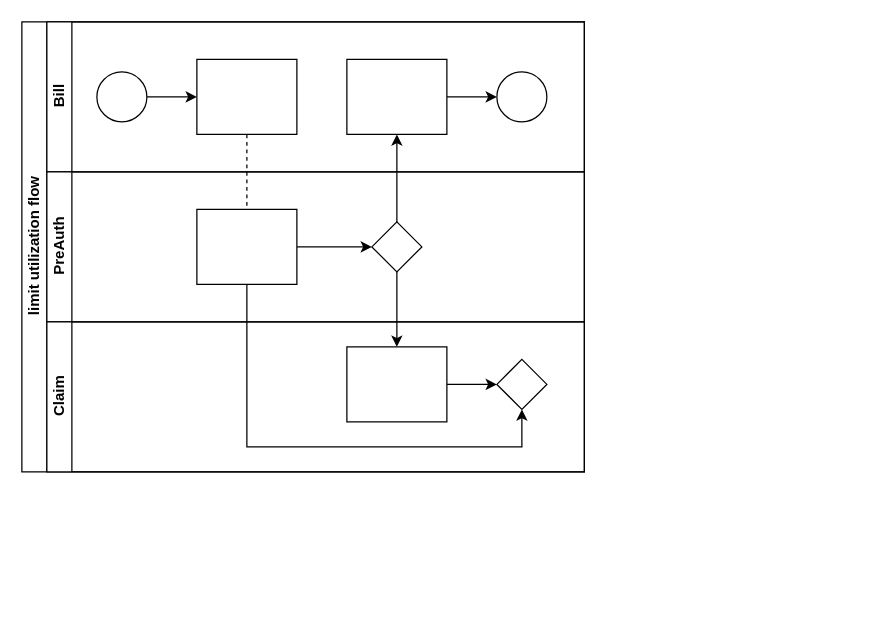
Before: limit-utilization-journal.drawio in extusm/extusm, a draw.io diagram. Source tidied: cells renumbered, new cells numbered last; positions are measured from the earlier drawing's top-left corner, leaving out a move shared by most shapes. Both pictures are drawn from the tidied source at 125%, with x=0, y=0 at pixel (21, 21).
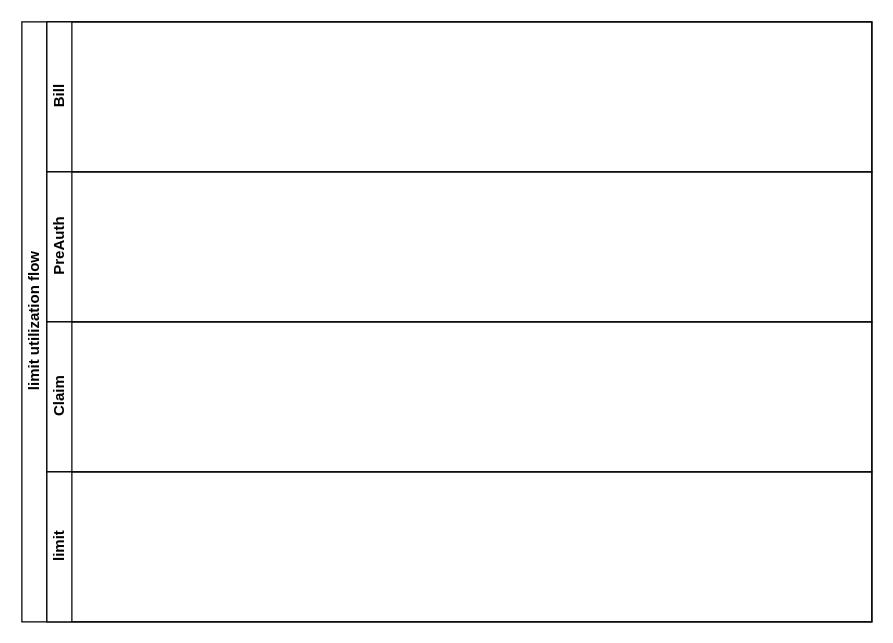
After the change.

What changed in the source:
```diff
@@
     <mxCell id="2" value="limit utilization flow" style="swimlane;html=1;horizontal=0;startSize=20;" parent="1" vertex="1">
-      <mxGeometry width="450" height="360" as="geometry" />
+      <mxGeometry width="680" height="480" as="geometry" />
     </mxCell>
-    <mxCell id="3" style="edgeStyle=orthogonalEdgeStyle;rounded=0;jettySize=auto;html=1;dashed=1;endArrow=none;endFill=0;" parent="2" edge="1" source="10" target="16">
-      <mxGeometry relative="1" as="geometry" />
-    </mxCell>
-    <mxCell id="4" style="edgeStyle=orthogonalEdgeStyle;rounded=0;jettySize=auto;html=1;endArrow=classic;endFill=1;" parent="2" edge="1" source="17" target="12">
-      <mxGeometry relative="1" as="geometry" />
-    </mxCell>
-    <mxCell id="5" style="edgeStyle=orthogonalEdgeStyle;rounded=0;jettySize=auto;html=1;endArrow=classic;endFill=1;" parent="2" edge="1" source="17" target="20">
-      <mxGeometry relative="1" as="geometry" />
-    </mxCell>
-    <mxCell id="6" style="edgeStyle=orthogonalEdgeStyle;rounded=0;jettySize=auto;html=1;endArrow=classic;endFill=1;" parent="2" edge="1" source="16" target="21">
-      <mxGeometry relative="1" as="geometry">
-        <Array as="points">
-          <mxPoint x="180" y="340" />
-          <mxPoint x="400" y="340" />
-        </Array>
-      </mxGeometry>
-    </mxCell>
     <mxCell id="7" value="Bill" style="swimlane;html=1;startSize=20;horizontal=0;" parent="2" vertex="1">
-      <mxGeometry x="20" width="430" height="120" as="geometry" />
+      <mxGeometry x="20" width="660" height="120" as="geometry" />
     </mxCell>
-    <mxCell id="8" style="edgeStyle=orthogonalEdgeStyle;rounded=0;jettySize=auto;html=1;" parent="7" edge="1" source="9" target="10">
-      <mxGeometry relative="1" as="geometry" />
-    </mxCell>
-    <mxCell id="9" style="ellipse;whiteSpace=wrap;html=1;" parent="7" vertex="1">
-      <mxGeometry x="40" y="40" width="40" height="40" as="geometry" />
-    </mxCell>
-    <mxCell id="10" style="rounded=0;whiteSpace=wrap;html=1;fontFamily=Helvetica;fontSize=12;fontColor=#000000;align=center;" parent="7" vertex="1">
-      <mxGeometry x="120" y="30" width="80" height="60" as="geometry" />
-    </mxCell>
-    <mxCell id="11" style="edgeStyle=orthogonalEdgeStyle;rounded=0;jettySize=auto;html=1;endArrow=classic;endFill=1;" parent="7" edge="1" source="12" target="13">
-      <mxGeometry relative="1" as="geometry" />
-    </mxCell>
-    <mxCell id="12" style="rounded=0;whiteSpace=wrap;html=1;fontFamily=Helvetica;fontSize=12;fontColor=#000000;align=center;" parent="7" vertex="1">
-      <mxGeometry x="240" y="30" width="80" height="60" as="geometry" />
-    </mxCell>
-    <mxCell id="13" style="ellipse;whiteSpace=wrap;html=1;" parent="7" vertex="1">
-      <mxGeometry x="360" y="40" width="40" height="40" as="geometry" />
-    </mxCell>
     <mxCell id="14" value="PreAuth" style="swimlane;html=1;startSize=20;horizontal=0;" parent="2" vertex="1">
-      <mxGeometry x="20" y="120" width="430" height="120" as="geometry" />
+      <mxGeometry x="20" y="120" width="660" height="120" as="geometry" />
     </mxCell>
-    <mxCell id="15" style="edgeStyle=orthogonalEdgeStyle;rounded=0;jettySize=auto;html=1;endArrow=classic;endFill=1;" parent="14" edge="1" source="16" target="17">
-      <mxGeometry relative="1" as="geometry" />
-    </mxCell>
-    <mxCell id="16" style="rounded=0;whiteSpace=wrap;html=1;fontFamily=Helvetica;fontSize=12;fontColor=#000000;align=center;" parent="14" vertex="1">
-      <mxGeometry x="120" y="30" width="80" height="60" as="geometry" />
-    </mxCell>
-    <mxCell id="17" style="rhombus;whiteSpace=wrap;html=1;fontFamily=Helvetica;fontSize=12;fontColor=#000000;align=center;" parent="14" vertex="1">
-      <mxGeometry x="260" y="40" width="40" height="40" as="geometry" />
-    </mxCell>
     <mxCell id="18" value="Claim" style="swimlane;html=1;startSize=20;horizontal=0;" parent="2" vertex="1">
-      <mxGeometry x="20" y="240" width="430" height="120" as="geometry" />
+      <mxGeometry x="20" y="240" width="660" height="120" as="geometry" />
     </mxCell>
-    <mxCell id="19" style="edgeStyle=orthogonalEdgeStyle;rounded=0;jettySize=auto;html=1;endArrow=classic;endFill=1;" parent="18" edge="1" source="20" target="21">
-      <mxGeometry relative="1" as="geometry" />
-    </mxCell>
-    <mxCell id="20" style="rounded=0;whiteSpace=wrap;html=1;fontFamily=Helvetica;fontSize=12;fontColor=#000000;align=center;" parent="18" vertex="1">
-      <mxGeometry x="240" y="20" width="80" height="60" as="geometry" />
-    </mxCell>
-    <mxCell id="21" style="rhombus;whiteSpace=wrap;html=1;fontFamily=Helvetica;fontSize=12;fontColor=#000000;align=center;" parent="18" vertex="1">
-      <mxGeometry x="360" y="30" width="40" height="40" as="geometry" />
-    </mxCell>
+    <mxCell id="22" value="limit" style="swimlane;html=1;startSize=20;horizontal=0;" parent="2" vertex="1">
+      <mxGeometry x="20" y="360" width="660" height="120" as="geometry" />
+    </mxCell>
```
